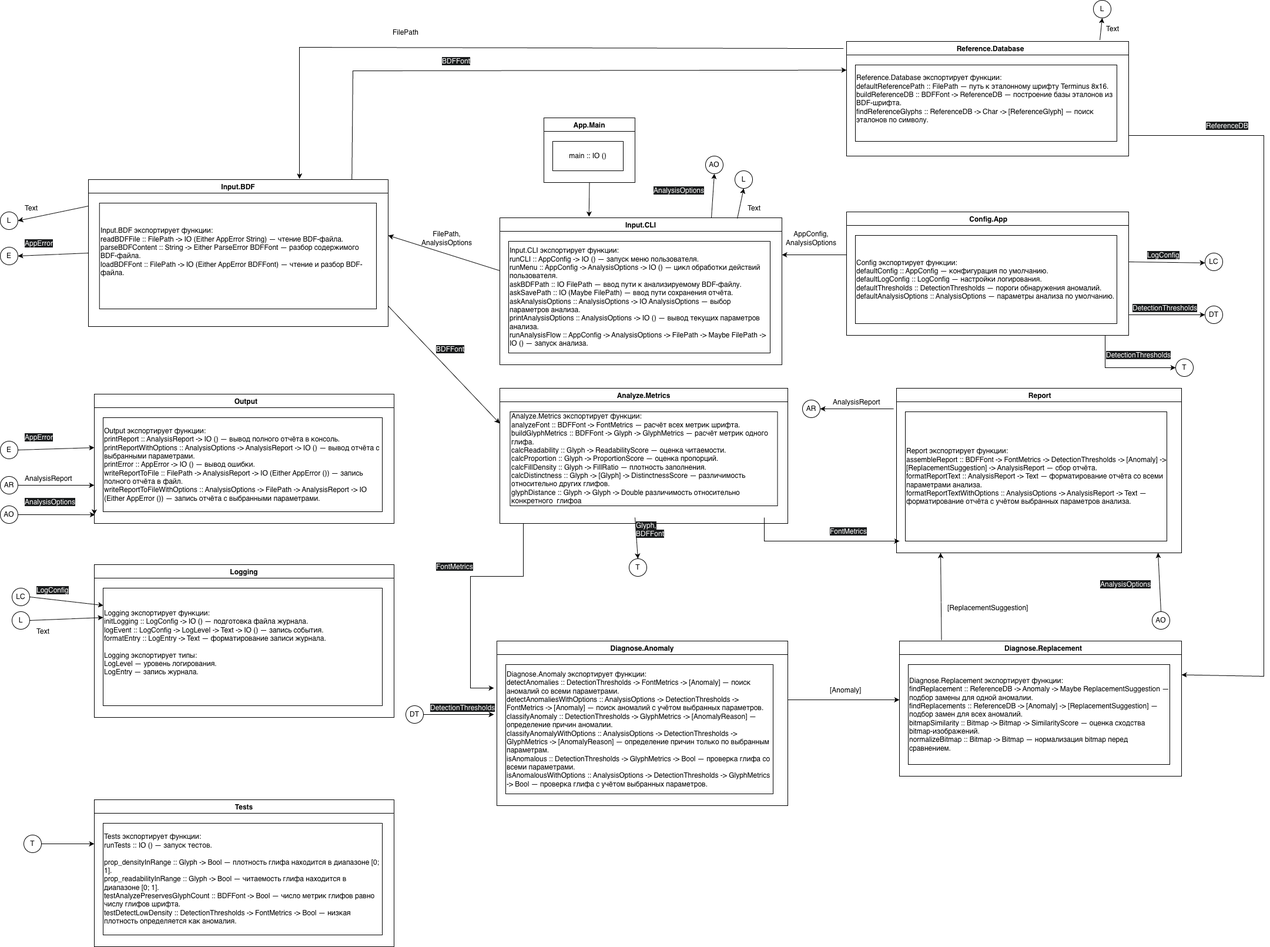
Above: диаграмма модулей.png in si1og/SemenovIAFPCW (draw.io), before the change. Source tidied: cells renumbered, new cells last; positions are measured from the earlier drawing's top-left corner, leaving out a move shared by most shapes.
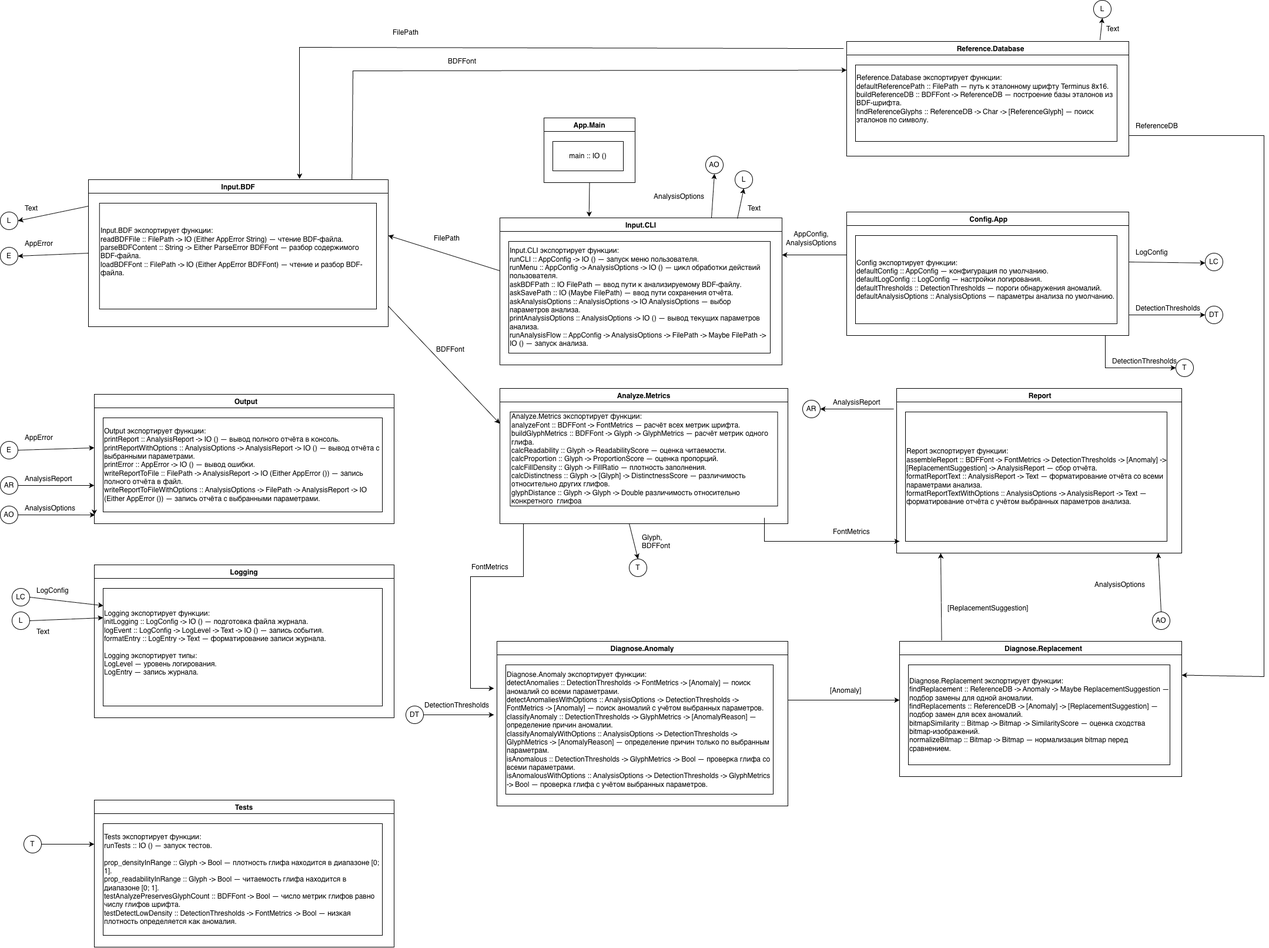
Later version of the same file.

Commit message:
Рефакторинг: ве типы на диаграмме модулей приведены к единому стилю - цвет текста чёрный, заливка - белая

Diff of the diagram source:
```diff
@@ -40,3 +40,3 @@
     </mxCell>
-    <mxCell id="12" value="FilePath,&lt;div&gt;&lt;span style=&quot;text-align: left;&quot;&gt;AnalysisOptions&lt;/span&gt;&lt;/div&gt;" style="text;html=1;whiteSpace=wrap;strokeColor=none;fillColor=none;align=center;verticalAlign=middle;rounded=0;" parent="1" vertex="1">
+    <mxCell id="12" value="FilePath" style="text;html=1;whiteSpace=wrap;strokeColor=none;fillColor=none;align=center;verticalAlign=middle;rounded=0;" parent="1" vertex="1">
       <mxGeometry x="730" y="390" width="60" height="30" as="geometry" />
@@ -108,8 +108,2 @@
     </mxCell>
-    <mxCell id="34" value="&lt;span style=&quot;color: rgb(255, 255, 255); font-family: Helvetica; font-size: 12px; font-style: normal; font-variant-ligatures: normal; font-variant-caps: normal; font-weight: 400; letter-spacing: normal; orphans: 2; text-align: left; text-indent: 0px; text-transform: none; widows: 2; word-spacing: 0px; -webkit-text-stroke-width: 0px; white-space: normal; background-color: rgb(27, 29, 30); text-decoration-thickness: initial; text-decoration-style: initial; text-decoration-color: initial; display: inline !important; float: none;&quot;&gt;LogConfig&lt;/span&gt;" style="text;whiteSpace=wrap;html=1;" parent="1" vertex="1">
-      <mxGeometry x="1950" y="420" width="90" height="40" as="geometry" />
-    </mxCell>
-    <mxCell id="35" value="&lt;span style=&quot;color: rgb(255, 255, 255); font-family: Helvetica; font-size: 12px; font-style: normal; font-variant-ligatures: normal; font-variant-caps: normal; font-weight: 400; letter-spacing: normal; orphans: 2; text-align: left; text-indent: 0px; text-transform: none; widows: 2; word-spacing: 0px; -webkit-text-stroke-width: 0px; white-space: normal; background-color: rgb(27, 29, 30); text-decoration-thickness: initial; text-decoration-style: initial; text-decoration-color: initial; display: inline !important; float: none;&quot;&gt;LogConfig&lt;/span&gt;" style="text;whiteSpace=wrap;html=1;" parent="1" vertex="1">
-      <mxGeometry x="60" y="990" width="90" height="40" as="geometry" />
-    </mxCell>
     <mxCell id="36" value="Text" style="text;whiteSpace=wrap;html=1;" parent="1" vertex="1">
@@ -143,5 +137,2 @@
     </mxCell>
-    <mxCell id="45" value="&lt;span style=&quot;color: rgb(255, 255, 255); font-family: Helvetica; font-size: 12px; font-style: normal; font-variant-ligatures: normal; font-variant-caps: normal; font-weight: 400; letter-spacing: normal; orphans: 2; text-align: left; text-indent: 0px; text-transform: none; widows: 2; word-spacing: 0px; -webkit-text-stroke-width: 0px; white-space: normal; background-color: rgb(27, 29, 30); text-decoration-thickness: initial; text-decoration-style: initial; text-decoration-color: initial; display: inline !important; float: none;&quot;&gt;AppError&lt;/span&gt;" style="text;whiteSpace=wrap;html=1;" parent="1" vertex="1">
-      <mxGeometry x="40" y="400" width="80" height="40" as="geometry" />
-    </mxCell>
     <mxCell id="46" style="endArrow=classic;html=1;rounded=0;exitX=0.5;exitY=1;exitDx=0;exitDy=0;entryX=0.316;entryY=-0.007;entryDx=0;entryDy=0;entryPerimeter=0;" parent="1" edge="1" source="2" target="4">
@@ -157,5 +148,2 @@
     </mxCell>
-    <mxCell id="49" value="&lt;span style=&quot;color: rgb(255, 255, 255); font-family: Helvetica; font-size: 12px; font-style: normal; font-variant-ligatures: normal; font-variant-caps: normal; font-weight: 400; letter-spacing: normal; orphans: 2; text-align: left; text-indent: 0px; text-transform: none; widows: 2; word-spacing: 0px; -webkit-text-stroke-width: 0px; white-space: normal; background-color: rgb(27, 29, 30); text-decoration-thickness: initial; text-decoration-style: initial; text-decoration-color: initial; display: inline !important; float: none;&quot;&gt;AppError&lt;/span&gt;" style="text;whiteSpace=wrap;html=1;" parent="1" vertex="1">
-      <mxGeometry x="40" y="730" width="80" height="40" as="geometry" />
-    </mxCell>
     <mxCell id="50" style="endArrow=classic;html=1;rounded=0;" parent="1" edge="1">
@@ -166,5 +154,2 @@
     </mxCell>
-    <mxCell id="51" value="&lt;span style=&quot;color: rgb(255, 255, 255); font-family: Helvetica; font-size: 12px; font-style: normal; font-variant-ligatures: normal; font-variant-caps: normal; font-weight: 400; letter-spacing: normal; orphans: 2; text-align: left; text-indent: 0px; text-transform: none; widows: 2; word-spacing: 0px; -webkit-text-stroke-width: 0px; white-space: normal; background-color: rgb(27, 29, 30); text-decoration-thickness: initial; text-decoration-style: initial; text-decoration-color: initial; display: inline !important; float: none;&quot;&gt;BDFFont&lt;/span&gt;" style="text;whiteSpace=wrap;html=1;" parent="1" vertex="1">
-      <mxGeometry x="740" y="580" width="80" height="40" as="geometry" />
-    </mxCell>
     <mxCell id="52" style="endArrow=classic;html=1;rounded=0;" parent="1" edge="1">
@@ -180,5 +165,2 @@
     </mxCell>
-    <mxCell id="53" value="&lt;span style=&quot;color: rgb(255, 255, 255); font-family: Helvetica; font-size: 12px; font-style: normal; font-variant-ligatures: normal; font-variant-caps: normal; font-weight: 400; letter-spacing: normal; orphans: 2; text-align: left; text-indent: 0px; text-transform: none; widows: 2; word-spacing: 0px; -webkit-text-stroke-width: 0px; white-space: normal; background-color: rgb(27, 29, 30); text-decoration-thickness: initial; text-decoration-style: initial; text-decoration-color: initial; display: inline !important; float: none;&quot;&gt;FontMetrics&lt;/span&gt;" style="text;whiteSpace=wrap;html=1;" parent="1" vertex="1">
-      <mxGeometry x="740" y="950" width="100" height="40" as="geometry" />
-    </mxCell>
     <mxCell id="54" style="endArrow=classic;html=1;rounded=0;entryX=0;entryY=0.5;entryDx=0;entryDy=0;" parent="1" edge="1" target="55">
@@ -191,5 +173,2 @@
     </mxCell>
-    <mxCell id="56" value="&lt;span style=&quot;color: rgb(255, 255, 255); font-family: Helvetica; font-size: 12px; font-style: normal; font-variant-ligatures: normal; font-variant-caps: normal; font-weight: 400; letter-spacing: normal; orphans: 2; text-align: left; text-indent: 0px; text-transform: none; widows: 2; word-spacing: 0px; -webkit-text-stroke-width: 0px; white-space: normal; background-color: rgb(27, 29, 30); text-decoration-thickness: initial; text-decoration-style: initial; text-decoration-color: initial; display: inline !important; float: none;&quot;&gt;DetectionThresholds&lt;/span&gt;" style="text;whiteSpace=wrap;html=1;" parent="1" vertex="1">
-      <mxGeometry x="1925" y="510" width="140" height="40" as="geometry" />
-    </mxCell>
     <mxCell id="57" value="DT" style="ellipse;whiteSpace=wrap;html=1;" parent="1" vertex="1">
@@ -202,5 +181,2 @@
     </mxCell>
-    <mxCell id="59" value="&lt;span style=&quot;color: rgb(255, 255, 255); font-family: Helvetica; font-size: 12px; font-style: normal; font-variant-ligatures: normal; font-variant-caps: normal; font-weight: 400; letter-spacing: normal; orphans: 2; text-align: left; text-indent: 0px; text-transform: none; widows: 2; word-spacing: 0px; -webkit-text-stroke-width: 0px; white-space: normal; background-color: rgb(27, 29, 30); text-decoration-thickness: initial; text-decoration-style: initial; text-decoration-color: initial; display: inline !important; float: none;&quot;&gt;DetectionThresholds&lt;/span&gt;" style="text;whiteSpace=wrap;html=1;" parent="1" vertex="1">
-      <mxGeometry x="730" y="1190" width="140" height="40" as="geometry" />
-    </mxCell>
     <mxCell id="60" style="endArrow=classic;html=1;rounded=0;exitX=0.879;exitY=-0.002;exitDx=0;exitDy=0;exitPerimeter=0;entryX=0;entryY=0.25;entryDx=0;entryDy=0;" parent="1" edge="1" source="9" target="24">
@@ -212,5 +188,2 @@
     </mxCell>
-    <mxCell id="61" value="&lt;span style=&quot;color: rgb(255, 255, 255); font-family: Helvetica; font-size: 12px; font-style: normal; font-variant-ligatures: normal; font-variant-caps: normal; font-weight: 400; letter-spacing: normal; orphans: 2; text-align: left; text-indent: 0px; text-transform: none; widows: 2; word-spacing: 0px; -webkit-text-stroke-width: 0px; white-space: normal; background-color: rgb(27, 29, 30); text-decoration-thickness: initial; text-decoration-style: initial; text-decoration-color: initial; display: inline !important; float: none;&quot;&gt;BDFFont&lt;/span&gt;" style="text;whiteSpace=wrap;html=1;" parent="1" vertex="1">
-      <mxGeometry x="750" y="90" width="80" height="40" as="geometry" />
-    </mxCell>
     <mxCell id="62" style="endArrow=classic;html=1;rounded=0;exitX=-0.011;exitY=0.062;exitDx=0;exitDy=0;exitPerimeter=0;entryX=0.704;entryY=-0.005;entryDx=0;entryDy=0;entryPerimeter=0;" parent="1" edge="1" source="24" target="9">
@@ -234,5 +207,2 @@
     </mxCell>
-    <mxCell id="65" value="&lt;span style=&quot;color: rgb(255, 255, 255); font-family: Helvetica; font-size: 12px; font-style: normal; font-variant-ligatures: normal; font-variant-caps: normal; font-weight: 400; letter-spacing: normal; orphans: 2; text-align: left; text-indent: 0px; text-transform: none; widows: 2; word-spacing: 0px; -webkit-text-stroke-width: 0px; white-space: normal; background-color: rgb(27, 29, 30); text-decoration-thickness: initial; text-decoration-style: initial; text-decoration-color: initial; display: inline !important; float: none;&quot;&gt;ReferenceDB&lt;/span&gt;" style="text;whiteSpace=wrap;html=1;" parent="1" vertex="1">
-      <mxGeometry x="2050" y="200" width="110" height="40" as="geometry" />
-    </mxCell>
     <mxCell id="66" style="endArrow=classic;html=1;rounded=0;" parent="1" edge="1">
@@ -269,5 +239,2 @@
     </mxCell>
-    <mxCell id="73" value="&lt;span style=&quot;color: rgb(255, 255, 255); font-family: Helvetica; font-size: 12px; font-style: normal; font-variant-ligatures: normal; font-variant-caps: normal; font-weight: 400; letter-spacing: normal; orphans: 2; text-align: left; text-indent: 0px; text-transform: none; widows: 2; word-spacing: 0px; -webkit-text-stroke-width: 0px; white-space: normal; background-color: rgb(27, 29, 30); text-decoration-thickness: initial; text-decoration-style: initial; text-decoration-color: initial; display: inline !important; float: none;&quot;&gt;FontMetrics&lt;/span&gt;" style="text;whiteSpace=wrap;html=1;" parent="1" vertex="1">
-      <mxGeometry x="1410" y="890" width="100" height="40" as="geometry" />
-    </mxCell>
     <mxCell id="74" style="endArrow=classic;html=1;rounded=0;entryX=1;entryY=0.5;entryDx=0;entryDy=0;" parent="1" edge="1" target="70">
@@ -310,3 +277,3 @@
       <mxGeometry relative="1" as="geometry">
-        <mxPoint x="1080" y="880" as="sourcePoint" />
+        <mxPoint x="1070" y="890" as="sourcePoint" />
       </mxGeometry>
@@ -316,5 +283,2 @@
     </mxCell>
-    <mxCell id="86" value="&lt;span style=&quot;color: rgb(255, 255, 255); font-family: Helvetica; font-size: 12px; font-style: normal; font-variant-ligatures: normal; font-variant-caps: normal; font-weight: 400; letter-spacing: normal; orphans: 2; text-align: left; text-indent: 0px; text-transform: none; widows: 2; word-spacing: 0px; -webkit-text-stroke-width: 0px; white-space: normal; background-color: rgb(27, 29, 30); text-decoration-thickness: initial; text-decoration-style: initial; text-decoration-color: initial; display: inline !important; float: none;&quot;&gt;Glyph,&lt;/span&gt;&lt;div&gt;&lt;span style=&quot;color: rgb(255, 255, 255); font-family: Helvetica; font-size: 12px; font-style: normal; font-variant-ligatures: normal; font-variant-caps: normal; font-weight: 400; letter-spacing: normal; orphans: 2; text-align: left; text-indent: 0px; text-transform: none; widows: 2; word-spacing: 0px; -webkit-text-stroke-width: 0px; white-space: normal; background-color: rgb(27, 29, 30); text-decoration-thickness: initial; text-decoration-style: initial; text-decoration-color: initial; display: inline !important; float: none;&quot;&gt;BDFFont&lt;/span&gt;&lt;/div&gt;" style="text;whiteSpace=wrap;html=1;" parent="1" vertex="1">
-      <mxGeometry x="1080" y="880" width="60" height="40" as="geometry" />
-    </mxCell>
     <mxCell id="87" style="endArrow=classic;html=1;rounded=0;entryX=0;entryY=0.5;entryDx=0;entryDy=0;" parent="1" edge="1" target="89">
@@ -327,5 +291,2 @@
     </mxCell>
-    <mxCell id="88" value="&lt;span style=&quot;color: rgb(255, 255, 255); font-family: Helvetica; font-size: 12px; font-style: normal; font-variant-ligatures: normal; font-variant-caps: normal; font-weight: 400; letter-spacing: normal; orphans: 2; text-align: left; text-indent: 0px; text-transform: none; widows: 2; word-spacing: 0px; -webkit-text-stroke-width: 0px; white-space: normal; background-color: rgb(27, 29, 30); text-decoration-thickness: initial; text-decoration-style: initial; text-decoration-color: initial; display: inline !important; float: none;&quot;&gt;DetectionThresholds&lt;/span&gt;" style="text;whiteSpace=wrap;html=1;" parent="1" vertex="1">
-      <mxGeometry x="1880" y="590" width="140" height="40" as="geometry" />
-    </mxCell>
     <mxCell id="89" value="T" style="ellipse;whiteSpace=wrap;html=1;" parent="1" vertex="1">
@@ -342,5 +303,2 @@
     </mxCell>
-    <mxCell id="93" value="&lt;span style=&quot;color: rgb(255, 255, 255); font-family: Helvetica; font-size: 12px; font-style: normal; font-variant-ligatures: normal; font-variant-caps: normal; font-weight: 400; letter-spacing: normal; orphans: 2; text-align: left; text-indent: 0px; text-transform: none; widows: 2; word-spacing: 0px; -webkit-text-stroke-width: 0px; white-space: normal; background-color: rgb(27, 29, 30); text-decoration-thickness: initial; text-decoration-style: initial; text-decoration-color: initial; display: inline !important; float: none;&quot;&gt;AnalysisOptions&lt;/span&gt;" style="text;whiteSpace=wrap;html=1;" parent="1" vertex="1">
-      <mxGeometry x="1110" y="310" width="120" height="40" as="geometry" />
-    </mxCell>
     <mxCell id="94" value="AO" style="ellipse;whiteSpace=wrap;html=1;" parent="1" vertex="1">
@@ -348,4 +306,5 @@
     </mxCell>
-    <mxCell id="95" style="endArrow=classic;html=1;rounded=0;exitX=1;exitY=0.5;exitDx=0;exitDy=0;" parent="1" edge="1" source="97">
+    <mxCell id="95" style="endArrow=classic;html=1;rounded=0;exitX=1;exitY=0.5;exitDx=0;exitDy=0;" parent="1" edge="1">
       <mxGeometry relative="1" as="geometry">
+        <mxPoint x="160" y="860" as="sourcePoint" />
         <mxPoint x="160" y="875" as="targetPoint" />
@@ -353,8 +312,7 @@
     </mxCell>
-    <mxCell id="96" style="endArrow=classic;html=1;rounded=0;exitX=1;exitY=0.5;exitDx=0;exitDy=0;entryX=1.011;entryY=0.879;entryDx=0;entryDy=0;entryPerimeter=0;" parent="1" edge="1" source="94" target="97">
-      <mxGeometry relative="1" as="geometry" />
+    <mxCell id="96" style="endArrow=classic;html=1;rounded=0;exitX=1;exitY=0.5;exitDx=0;exitDy=0;entryX=1.011;entryY=0.879;entryDx=0;entryDy=0;entryPerimeter=0;" parent="1" edge="1" source="94">
+      <mxGeometry relative="1" as="geometry">
+        <mxPoint x="161.3" y="875.2" as="targetPoint" />
+      </mxGeometry>
     </mxCell>
-    <mxCell id="97" value="&lt;span style=&quot;color: rgb(255, 255, 255); font-family: Helvetica; font-size: 12px; font-style: normal; font-variant-ligatures: normal; font-variant-caps: normal; font-weight: 400; letter-spacing: normal; orphans: 2; text-align: left; text-indent: 0px; text-transform: none; widows: 2; word-spacing: 0px; -webkit-text-stroke-width: 0px; white-space: normal; background-color: rgb(27, 29, 30); text-decoration-thickness: initial; text-decoration-style: initial; text-decoration-color: initial; display: inline !important; float: none;&quot;&gt;AnalysisOptions&lt;/span&gt;" style="text;whiteSpace=wrap;html=1;" parent="1" vertex="1">
-      <mxGeometry x="40" y="840" width="120" height="40" as="geometry" />
-    </mxCell>
     <mxCell id="98" value="AO" style="ellipse;whiteSpace=wrap;html=1;" parent="1" vertex="1">
@@ -367,5 +325,50 @@
     </mxCell>
-    <mxCell id="100" value="&lt;span style=&quot;color: rgb(255, 255, 255); font-family: Helvetica; font-size: 12px; font-style: normal; font-variant-ligatures: normal; font-variant-caps: normal; font-weight: 400; letter-spacing: normal; orphans: 2; text-align: left; text-indent: 0px; text-transform: none; widows: 2; word-spacing: 0px; -webkit-text-stroke-width: 0px; white-space: normal; background-color: rgb(27, 29, 30); text-decoration-thickness: initial; text-decoration-style: initial; text-decoration-color: initial; display: inline !important; float: none;&quot;&gt;AnalysisOptions&lt;/span&gt;" style="text;whiteSpace=wrap;html=1;" parent="1" vertex="1">
-      <mxGeometry x="1870" y="980" width="120" height="40" as="geometry" />
-    </mxCell>
+    <mxCell id="101" value="AppError" style="text;whiteSpace=wrap;html=1;" parent="1" vertex="1">
+      <mxGeometry x="40" y="400" width="90" height="40" as="geometry" />
+    </mxCell>
+    <mxCell id="102" value="AppError" style="text;whiteSpace=wrap;html=1;" parent="1" vertex="1">
+      <mxGeometry x="40" y="730" width="90" height="40" as="geometry" />
+    </mxCell>
+    <mxCell id="103" value="BDFFont" style="text;whiteSpace=wrap;html=1;" parent="1" vertex="1">
+      <mxGeometry x="760" y="90" width="90" height="40" as="geometry" />
+    </mxCell>
+    <mxCell id="104" value="BDFFont" style="text;whiteSpace=wrap;html=1;" parent="1" vertex="1">
+      <mxGeometry x="740" y="580" width="90" height="40" as="geometry" />
+    </mxCell>
+    <mxCell id="105" value="AnalysisOptions" style="text;whiteSpace=wrap;" parent="1" vertex="1">
+      <mxGeometry x="40" y="850" width="110" height="40" as="geometry" />
+    </mxCell>
+    <mxCell id="106" value="AnalysisOptions" style="text;whiteSpace=wrap;" parent="1" vertex="1">
+      <mxGeometry x="1110" y="320" width="110" height="40" as="geometry" />
+    </mxCell>
+    <mxCell id="107" value="AnalysisOptions" style="text;whiteSpace=wrap;" parent="1" vertex="1">
+      <mxGeometry x="1860" y="980" width="110" height="40" as="geometry" />
+    </mxCell>
+    <mxCell id="108" value="LogConfig" style="text;whiteSpace=wrap;html=1;" parent="1" vertex="1">
+      <mxGeometry x="60" y="990" width="90" height="40" as="geometry" />
+    </mxCell>
+    <mxCell id="109" value="LogConfig" style="text;whiteSpace=wrap;html=1;" parent="1" vertex="1">
+      <mxGeometry x="1930" y="415" width="90" height="40" as="geometry" />
+    </mxCell>
+    <mxCell id="110" value="DetectionThresholds" style="text;whiteSpace=wrap;html=1;" parent="1" vertex="1">
+      <mxGeometry x="1930" y="510" width="90" height="40" as="geometry" />
+    </mxCell>
+    <mxCell id="111" value="DetectionThresholds" style="text;whiteSpace=wrap;html=1;" parent="1" vertex="1">
+      <mxGeometry x="1890" y="600" width="90" height="40" as="geometry" />
+    </mxCell>
+    <mxCell id="65" value="ReferenceDB" style="text;whiteSpace=wrap;html=1;" parent="1" vertex="1">
+      <mxGeometry x="1930" y="200" width="90" height="40" as="geometry" />
+    </mxCell>
+    <mxCell id="112" value="FontMetrics" style="text;whiteSpace=wrap;html=1;" parent="1" vertex="1">
+      <mxGeometry x="800" y="950" width="90" height="40" as="geometry" />
+    </mxCell>
+    <mxCell id="113" value="FontMetrics" style="text;whiteSpace=wrap;html=1;" parent="1" vertex="1">
+      <mxGeometry x="1415" y="890" width="90" height="40" as="geometry" />
+    </mxCell>
+    <mxCell id="86" value="Glyph,&lt;br&gt;BDFFont" style="text;whiteSpace=wrap;html=1;" parent="1" vertex="1">
+      <mxGeometry x="1090" y="900" width="90" height="40" as="geometry" />
+    </mxCell>
+    <mxCell id="114" value="DetectionThresholds" style="text;whiteSpace=wrap;html=1;" parent="1" vertex="1">
+      <mxGeometry x="720" y="1185" width="90" height="40" as="geometry" />
+    </mxCell>
   </root>
```
